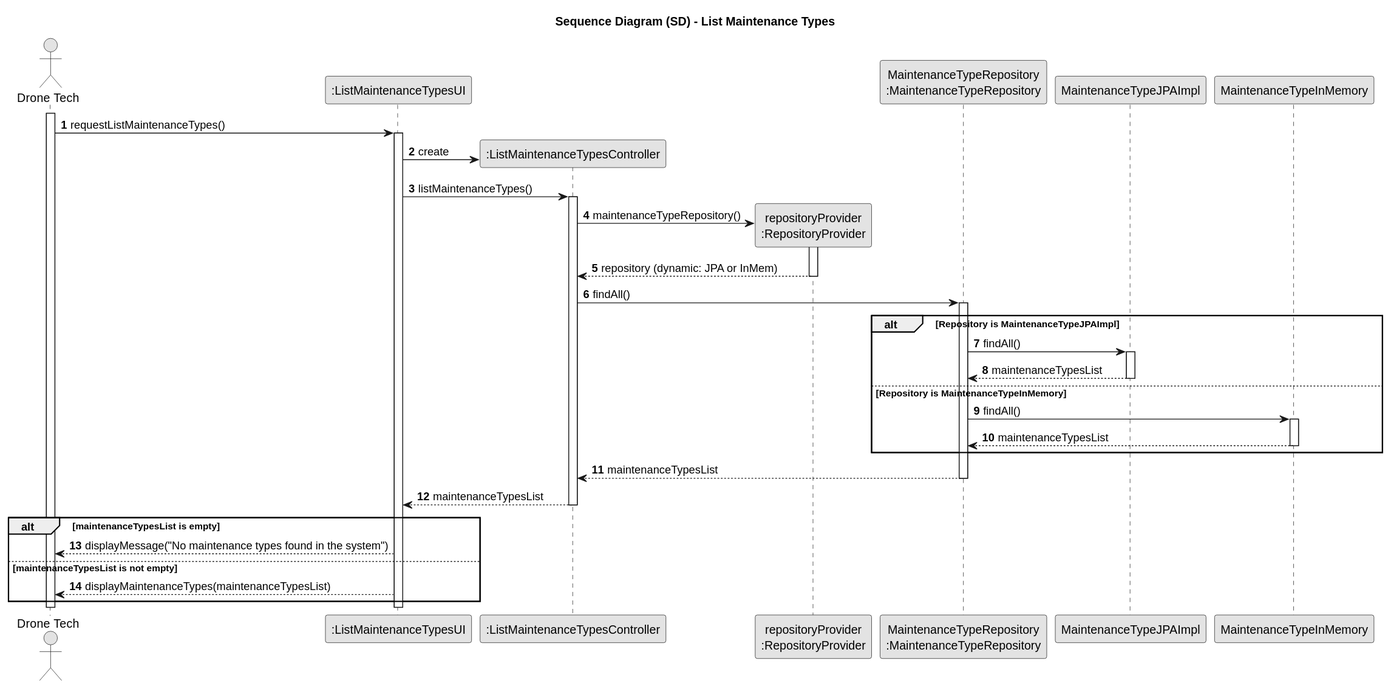
The PlantUML diagram docs/planning/sprint3/EAPLI/US322 - List maintenance types/03.design/svg/us322-sequence-diagram-full.svg in SAEmanuel/Shodrone_ISEP, before a commit. Its diagram source:
```plantuml
@startuml
skinparam monochrome true
skinparam packageStyle rectangle
skinparam shadowing false

title Sequence Diagram (SD) - List Maintenance Types

autonumber

actor "Drone Tech" as DT
participant ":ListMaintenanceTypesUI" as UI
participant ":ListMaintenanceTypesController" as CTRL
participant "repositoryProvider\n:RepositoryProvider" as Provider
participant "MaintenanceTypeRepository\n:MaintenanceTypeRepository" as Repo
participant "MaintenanceTypeJPAImpl" as JPA
participant "MaintenanceTypeInMemory" as InMem

activate DT

DT -> UI: requestListMaintenanceTypes()
activate UI
UI -> CTRL **: create
UI -> CTRL: listMaintenanceTypes()
activate CTRL

CTRL -> Provider **: maintenanceTypeRepository()
activate Provider
Provider --> CTRL: repository (dynamic: JPA or InMem)
deactivate Provider

CTRL -> Repo: findAll()
activate Repo
alt Repository is MaintenanceTypeJPAImpl
    Repo -> JPA: findAll()
    activate JPA
    JPA --> Repo: maintenanceTypesList
    deactivate JPA
else Repository is MaintenanceTypeInMemory
    Repo -> InMem: findAll()
    activate InMem
    InMem --> Repo: maintenanceTypesList
    deactivate InMem
end
Repo --> CTRL: maintenanceTypesList
deactivate Repo

CTRL --> UI: maintenanceTypesList
deactivate CTRL

alt maintenanceTypesList is empty
    UI --> DT: displayMessage("No maintenance types found in the system")
else maintenanceTypesList is not empty
    UI --> DT: displayMaintenanceTypes(maintenanceTypesList)
end

deactivate UI
deactivate DT
@enduml
```
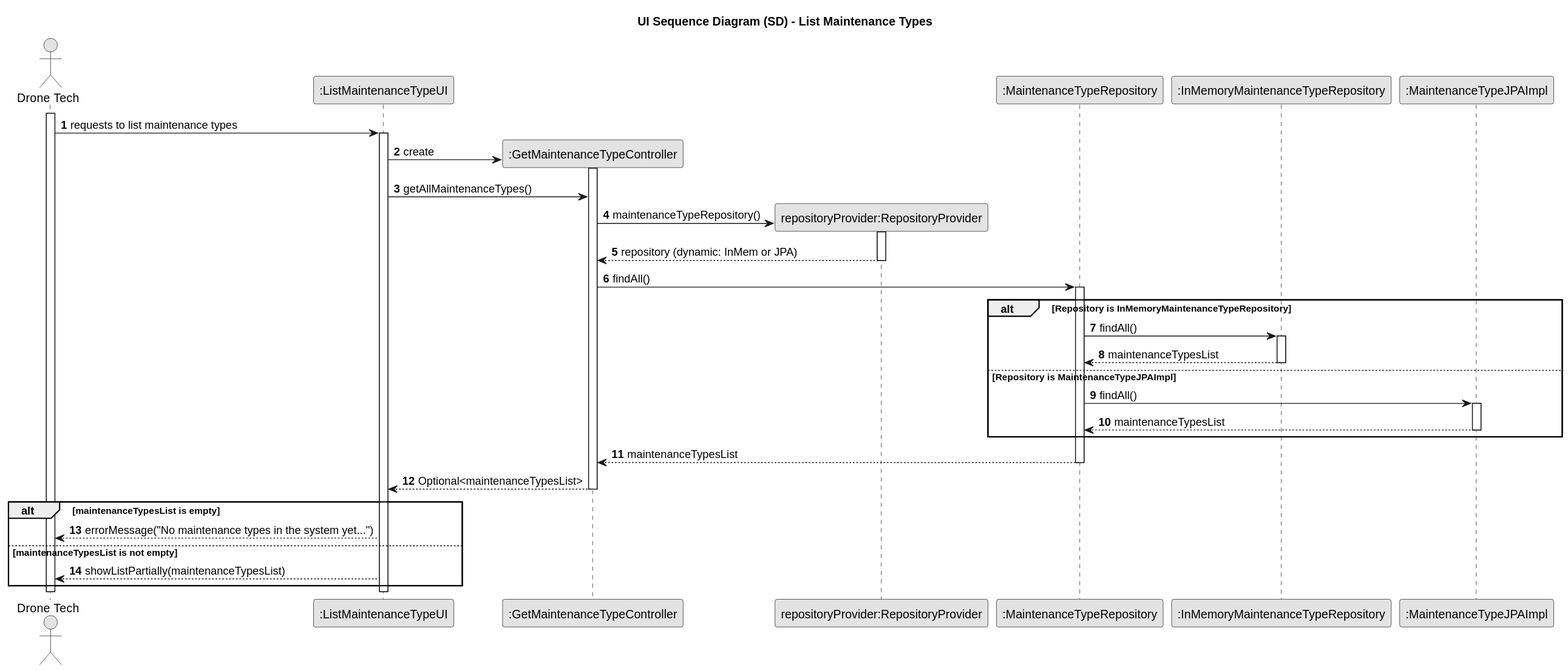
After the change.

Commit message:
[US322 - Design - Issue #141/#200/#203] Design PUML and SVG final version.

What changed in the source:
```diff
@@ -3,54 +3,54 @@
 skinparam packageStyle rectangle
 skinparam shadowing false
 
-title Sequence Diagram (SD) - List Maintenance Types
+title UI Sequence Diagram (SD) - List Maintenance Types
 
 autonumber
 
 actor "Drone Tech" as DT
-participant ":ListMaintenanceTypesUI" as UI
-participant ":ListMaintenanceTypesController" as CTRL
-participant "repositoryProvider\n:RepositoryProvider" as Provider
-participant "MaintenanceTypeRepository\n:MaintenanceTypeRepository" as Repo
-participant "MaintenanceTypeJPAImpl" as JPA
-participant "MaintenanceTypeInMemory" as InMem
+participant ":ListMaintenanceTypeUI" as UI
+participant ":GetMaintenanceTypeController" as CTRL
+participant "repositoryProvider:RepositoryProvider" as Provider
+participant ":MaintenanceTypeRepository" as Repo
+participant ":InMemoryMaintenanceTypeRepository" as InMem
+participant ":MaintenanceTypeJPAImpl" as JPA
 
 activate DT
 
-DT -> UI: requestListMaintenanceTypes()
+DT -> UI: requests to list maintenance types
 activate UI
+
 UI -> CTRL **: create
-UI -> CTRL: listMaintenanceTypes()
 activate CTRL
-
+UI -> CTRL: getAllMaintenanceTypes()
 CTRL -> Provider **: maintenanceTypeRepository()
 activate Provider
-Provider --> CTRL: repository (dynamic: JPA or InMem)
+Provider --> CTRL: repository (dynamic: InMem or JPA)
 deactivate Provider
 
 CTRL -> Repo: findAll()
 activate Repo
-alt Repository is MaintenanceTypeJPAImpl
+alt Repository is InMemoryMaintenanceTypeRepository
+    Repo -> InMem: findAll()
+    activate InMem
+    InMem --> Repo: maintenanceTypesList
+    deactivate InMem
+else Repository is MaintenanceTypeJPAImpl
     Repo -> JPA: findAll()
     activate JPA
     JPA --> Repo: maintenanceTypesList
     deactivate JPA
-else Repository is MaintenanceTypeInMemory
-    Repo -> InMem: findAll()
-    activate InMem
-    InMem --> Repo: maintenanceTypesList
-    deactivate InMem
 end
 Repo --> CTRL: maintenanceTypesList
 deactivate Repo
 
-CTRL --> UI: maintenanceTypesList
+CTRL --> UI: Optional<maintenanceTypesList>
 deactivate CTRL
 
 alt maintenanceTypesList is empty
-    UI --> DT: displayMessage("No maintenance types found in the system")
+    UI --> DT: errorMessage("No maintenance types in the system yet...")
 else maintenanceTypesList is not empty
-    UI --> DT: displayMaintenanceTypes(maintenanceTypesList)
+    UI --> DT: showListPartially(maintenanceTypesList)
 end
 
 deactivate UI
```
